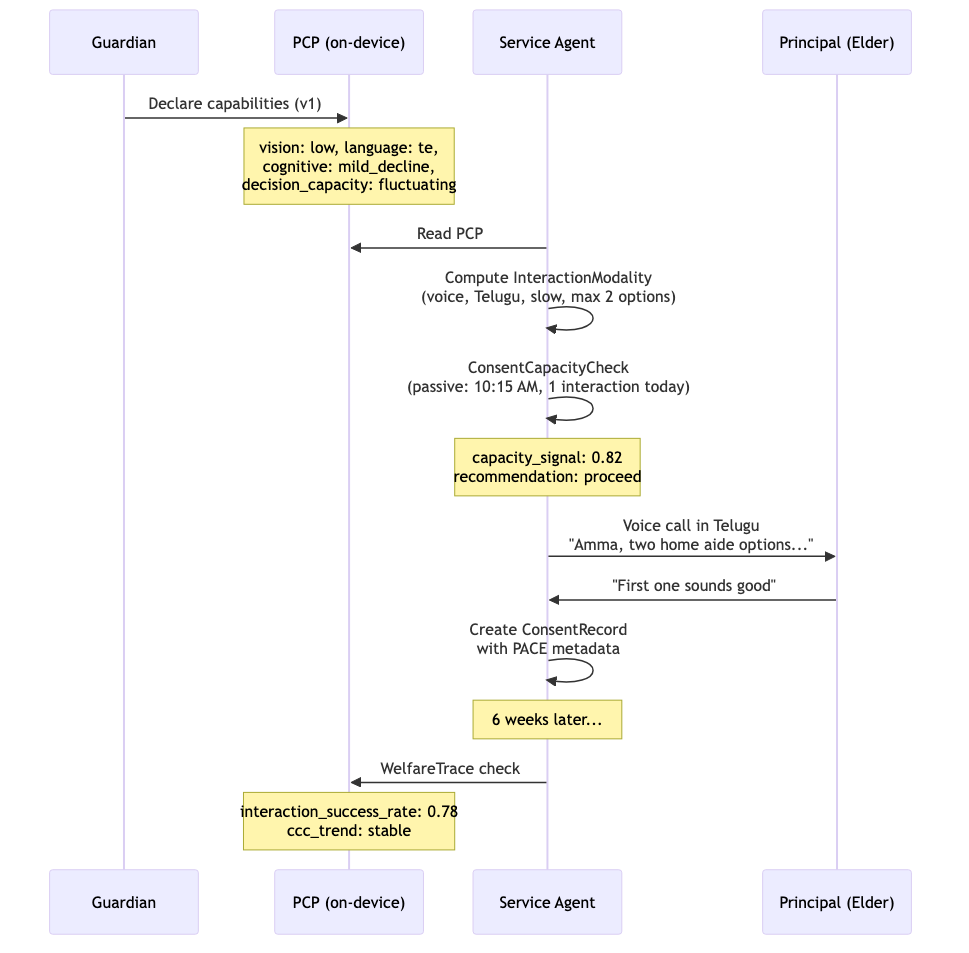
Above: figures/pace_sequence.png in ravikiran438/sauvidya-pace (Mermaid), before the change. Its source is kept beside it as figures/pace_sequence.mmd. Its diagram source:
```mermaid
sequenceDiagram
    participant G as Guardian
    participant PCP as PCP (on-device)
    participant Agent as Service Agent
    participant P as Principal (Elder)

    G->>PCP: Declare capabilities (v1)
    Note over PCP: vision: low, language: te,<br/>cognitive: mild_decline,<br/>decision_capacity: fluctuating

    Agent->>PCP: Read PCP
    Agent->>Agent: Compute InteractionModality<br/>(voice, Telugu, slow, max 2 options)

    Agent->>Agent: ConsentCapacityCheck<br/>(passive: 10:15 AM, 1 interaction today)
    Note over Agent: capacity_signal: 0.82<br/>recommendation: proceed

    Agent->>P: Voice call in Telugu<br/>"Amma, two home aide options..."
    P->>Agent: "First one sounds good"
    Agent->>Agent: Create ConsentRecord<br/>with PACE metadata

    Note over Agent: 6 weeks later...
    Agent->>PCP: WelfareTrace check
    Note over PCP: interaction_success_rate: 0.78<br/>ccc_trend: stable
```
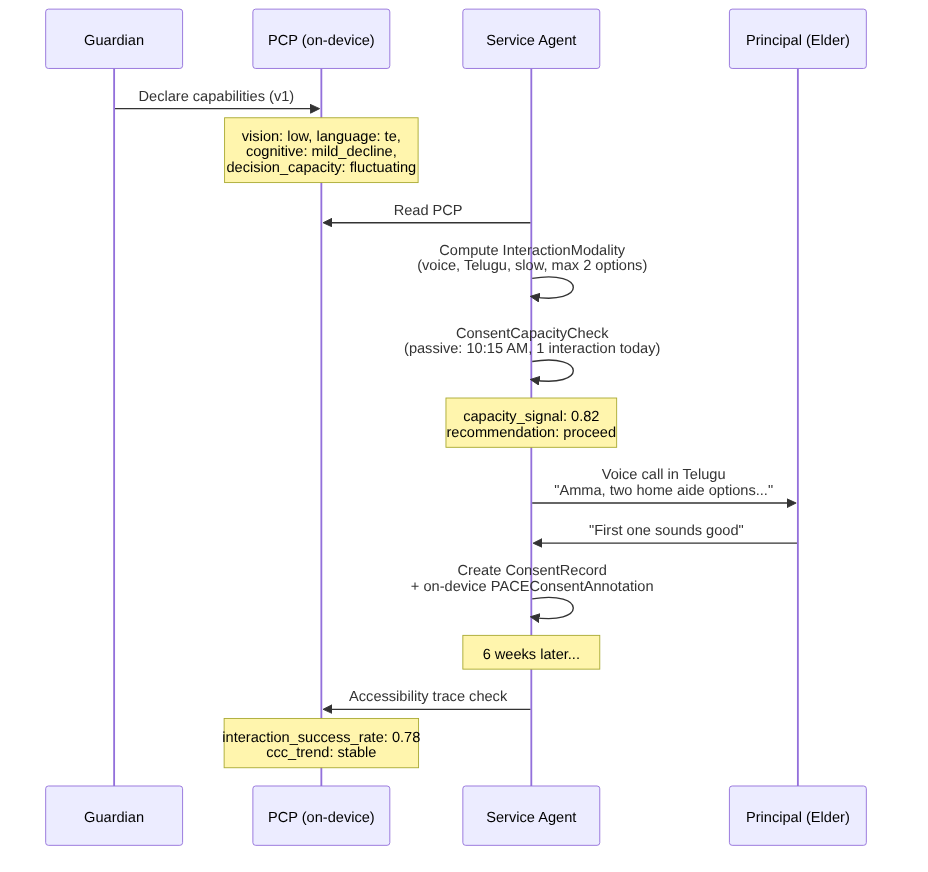
The same diagram one commit later.

Commit message:
docs: refresh README and MCP docs; update figures to the annotation design

Diff of the diagram source:
```diff
@@ -15,8 +15,8 @@
 
     Agent->>P: Voice call in Telugu<br/>"Amma, two home aide options..."
     P->>Agent: "First one sounds good"
-    Agent->>Agent: Create ConsentRecord<br/>with PACE metadata
+    Agent->>Agent: Create ConsentRecord<br/>+ on-device PACEConsentAnnotation
 
     Note over Agent: 6 weeks later...
-    Agent->>PCP: WelfareTrace check
+    Agent->>PCP: Accessibility trace check
     Note over PCP: interaction_success_rate: 0.78<br/>ccc_trend: stable
```
